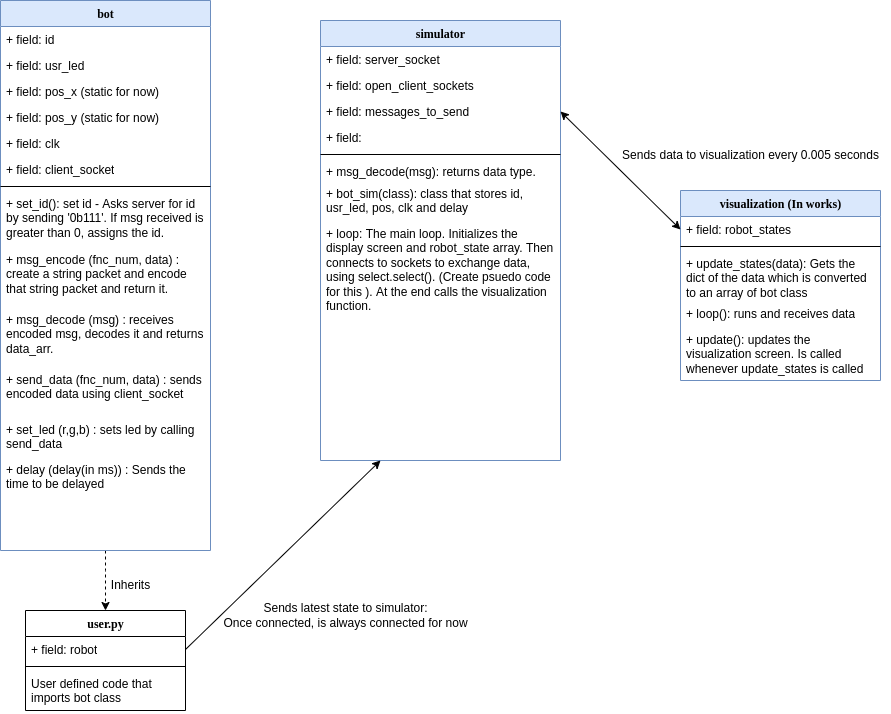
The draw.io diagram workflow.drawio.png in michelleezhang/swarm-simulator, before a commit. Source tidied: cells renumbered, new cells last; positions are measured from the earlier drawing's top-left corner, leaving out a move shared by most shapes.
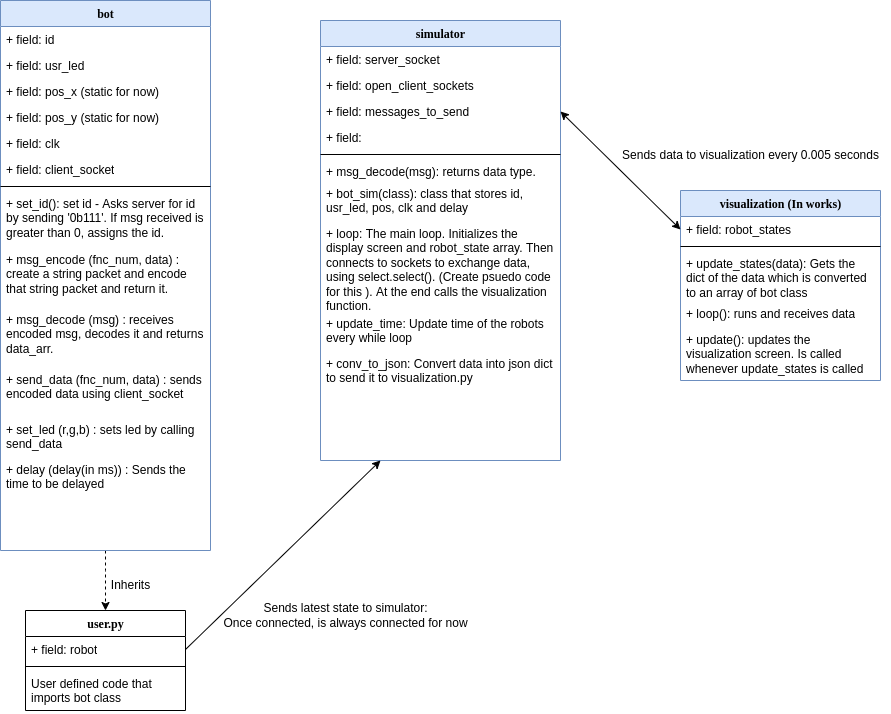
After the change.

Diff of the diagram source:
```diff
@@ -79,6 +79,12 @@
     <mxCell id="25" value="+ loop: The main loop. Initializes the display screen and robot_state array. Then connects to sockets to exchange data, using select.select(). (Create psuedo code for this ). At the end calls the visualization function.&amp;nbsp;" style="text;html=1;strokeColor=none;fillColor=none;align=left;verticalAlign=top;spacingLeft=4;spacingRight=4;whiteSpace=wrap;overflow=hidden;" parent="17" vertex="1">
       <mxGeometry y="200" width="240" height="90" as="geometry" />
     </mxCell>
+    <mxCell id="41" value="+ update_time: Update time of the robots every while loop" style="text;html=1;strokeColor=none;fillColor=none;align=left;verticalAlign=top;spacingLeft=4;spacingRight=4;whiteSpace=wrap;overflow=hidden;" parent="17" vertex="1">
+      <mxGeometry y="290" width="240" height="40" as="geometry" />
+    </mxCell>
+    <mxCell id="42" value="+ conv_to_json: Convert data into json dict to send it to visualization.py&amp;nbsp;" style="text;html=1;strokeColor=none;fillColor=none;align=left;verticalAlign=top;spacingLeft=4;spacingRight=4;whiteSpace=wrap;overflow=hidden;" parent="17" vertex="1">
+      <mxGeometry y="330" width="240" height="40" as="geometry" />
+    </mxCell>
     <mxCell id="26" value="user.py" style="swimlane;html=1;fontStyle=1;align=center;verticalAlign=top;horizontal=1;startSize=26;swimlaneFillColor=#ffffff;rounded=0;shadow=0;comic=0;labelBackgroundColor=none;strokeWidth=1;fillColor=none;fontFamily=Verdana;fontSize=12;" parent="1" vertex="1">
       <mxGeometry x="25" y="610" width="160" height="100" as="geometry" />
     </mxCell>
```
